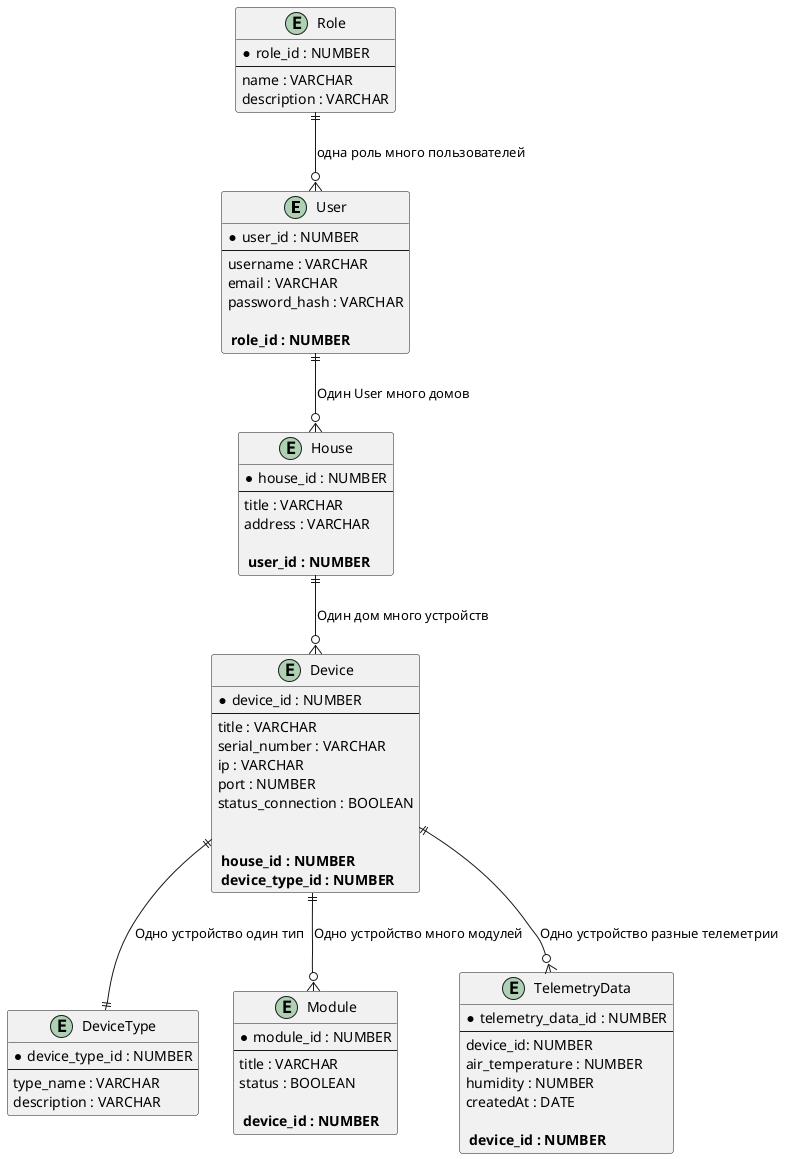
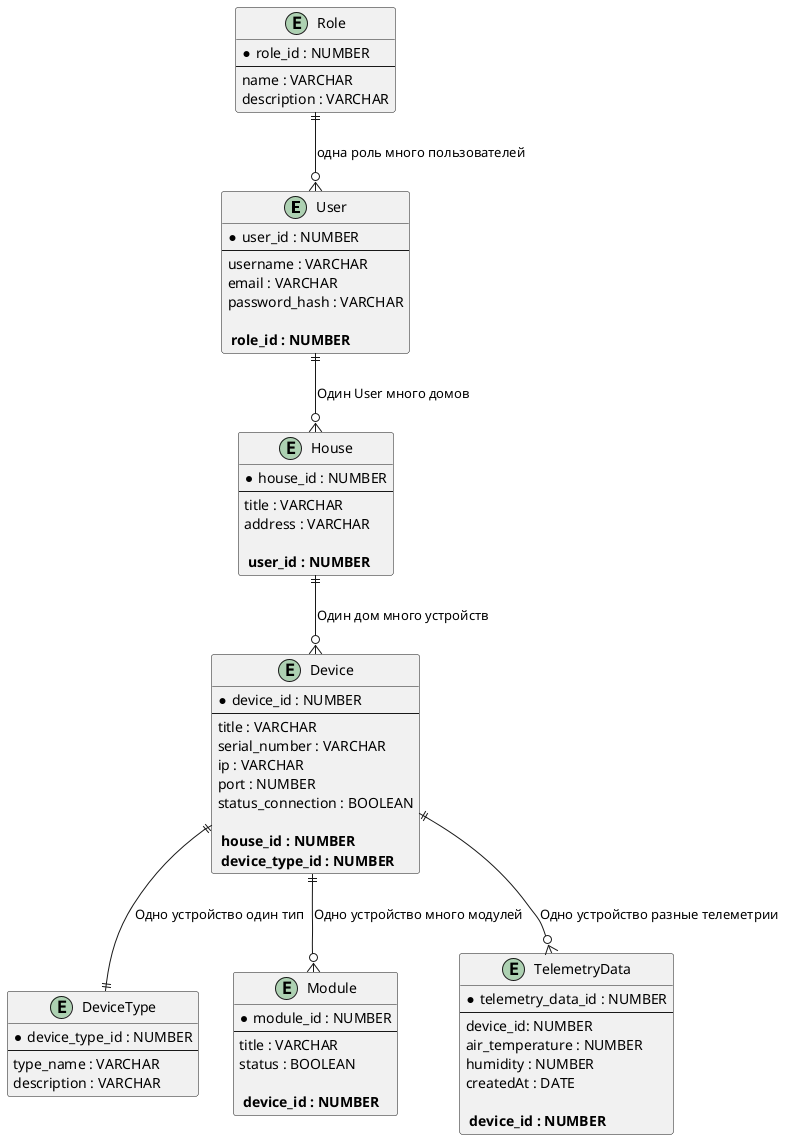
@startuml

top to bottom direction

entity User {
  * user_id : NUMBER
  --
  username : VARCHAR
  email : VARCHAR
  password_hash : VARCHAR

  ** role_id : NUMBER **
}

entity Role {
  * role_id : NUMBER
  --
  name : VARCHAR
  description : VARCHAR
}

entity House {
  * house_id : NUMBER
  --
  title : VARCHAR
  address : VARCHAR

  ** user_id : NUMBER **
}

entity Device {
  * device_id : NUMBER
  --
  title : VARCHAR
  serial_number : VARCHAR
  ip : VARCHAR
  port : NUMBER
  status_connection : BOOLEAN
- 

  ** house_id : NUMBER **
  ** device_type_id : NUMBER **
}

entity DeviceType {
  * device_type_id : NUMBER
  --
  type_name : VARCHAR
  description : VARCHAR
}

entity Module {
  * module_id : NUMBER
  --
  title : VARCHAR
  status : BOOLEAN

  ** device_id : NUMBER **
}

entity TelemetryData {
 * telemetry_data_id : NUMBER
 --
 device_id: NUMBER
 air_temperature : NUMBER
 humidity : NUMBER
 createdAt : DATE

 ** device_id : NUMBER **
}

Role ||--o{ User : "одна роль много пользователей"
User ||--o{ House : "Один User много домов"
House ||--o{ Device : "Один дом много устройств"
Device ||--|| DeviceType : "Одно устройство один тип"
Device ||--o{ Module : "Одно устройство много модулей"
Device ||--o{ TelemetryData : "Одно устройство разные телеметрии"

' ||--o{ — один-ко-многим.
' }o--o{ — многие-ко-многим.
' ||--|| — один-к-одному
@enduml